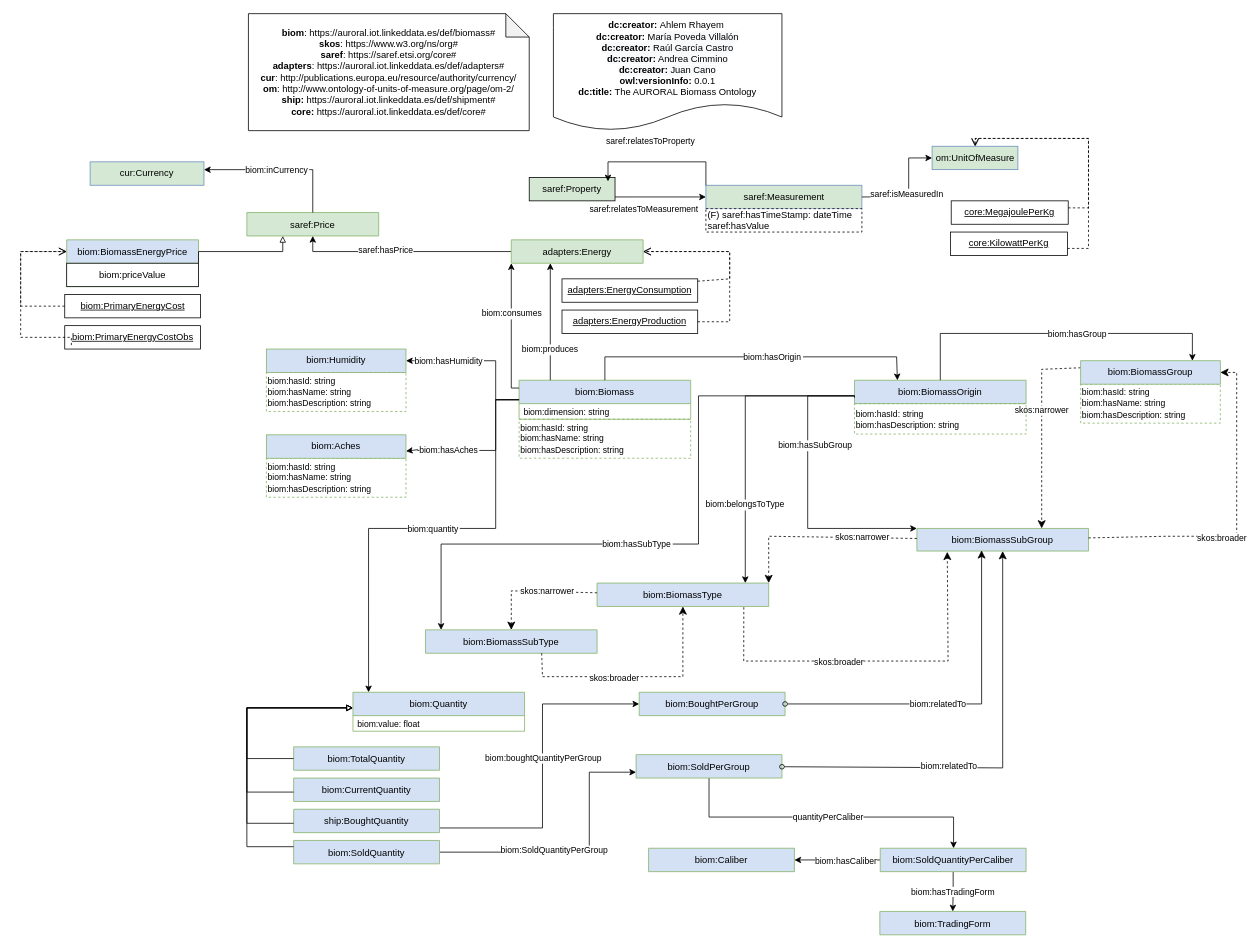
The draw.io diagram Diagrams/general.drawio in oeg-upm/auroral-biomass-ontology, before the edit. Source tidied: cells renumbered, new cells numbered last; positions are measured from the earlier drawing's top-left corner, leaving out a move shared by most shapes. Both pictures are drawn from the tidied source at 78%, with x=0, y=0 at pixel (20, 13).
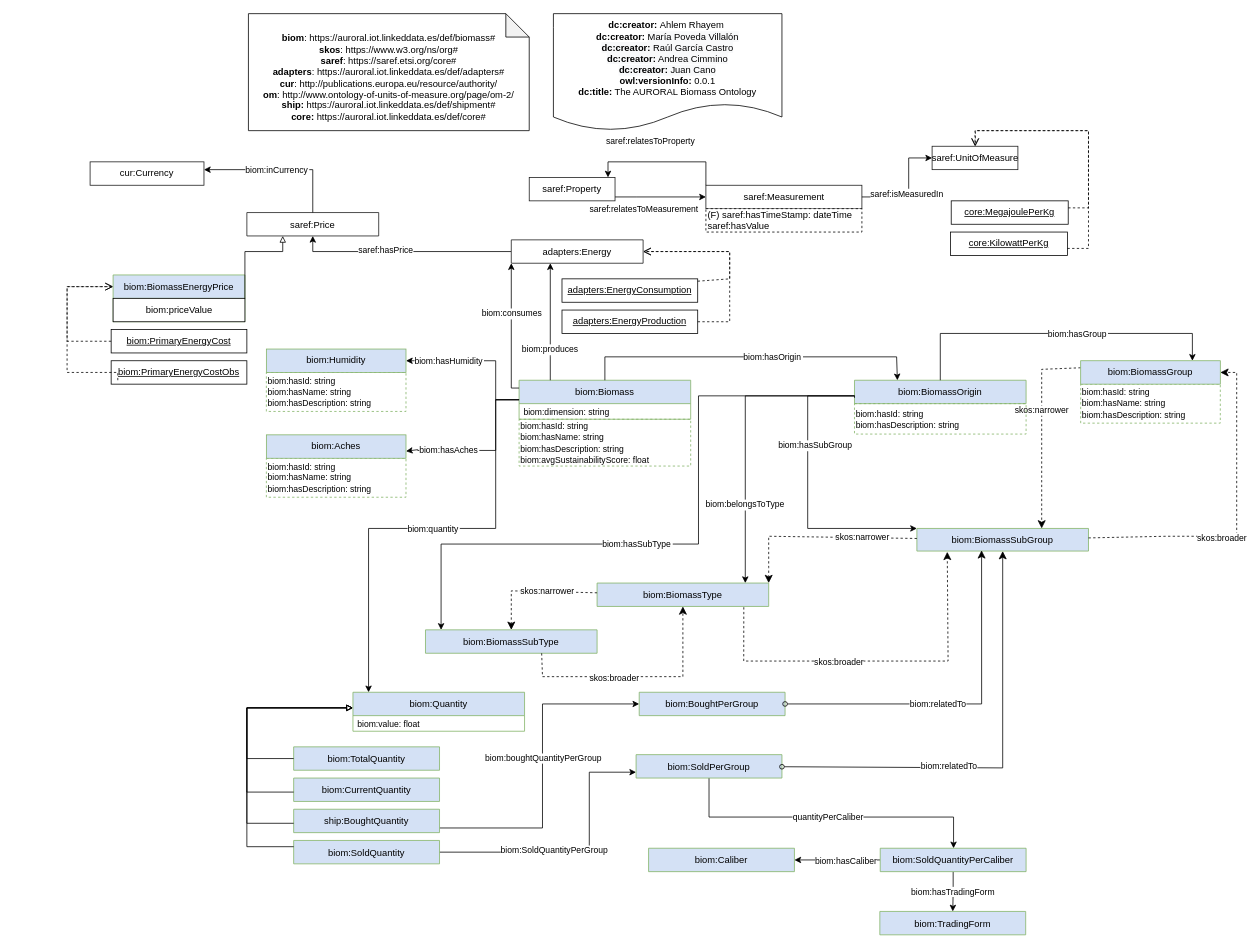
The same page after the edit.

Unchanged cells that the change refers to:
```xml
<mxCell id="44" value="&lt;u&gt;core:MegajoulePerKg&lt;/u&gt;" style="rounded=0;whiteSpace=wrap;html=1;snapToPoint=1;points=[[0.1,0],[0.2,0],[0.3,0],[0.4,0],[0.5,0],[0.6,0],[0.7,0],[0.8,0],[0.9,0],[0,0.1],[0,0.3],[0,0.5],[0,0.7],[0,0.9],[0.1,1],[0.2,1],[0.3,1],[0.4,1],[0.5,1],[0.6,1],[0.7,1],[0.8,1],[0.9,1],[1,0.1],[1,0.3],[1,0.5],[1,0.7],[1,0.9]];" parent="1" vertex="1">
  <mxGeometry x="1193" y="240" width="150" height="30" as="geometry" />
</mxCell>
<mxCell id="45" value="&lt;u&gt;core:KilowattPerKg&lt;/u&gt;" style="rounded=0;whiteSpace=wrap;html=1;snapToPoint=1;points=[[0.1,0],[0.2,0],[0.3,0],[0.4,0],[0.5,0],[0.6,0],[0.7,0],[0.8,0],[0.9,0],[0,0.1],[0,0.3],[0,0.5],[0,0.7],[0,0.9],[0.1,1],[0.2,1],[0.3,1],[0.4,1],[0.5,1],[0.6,1],[0.7,1],[0.8,1],[0.9,1],[1,0.1],[1,0.3],[1,0.5],[1,0.7],[1,0.9]];" parent="1" vertex="1">
  <mxGeometry x="1192" y="280" width="150" height="30" as="geometry" />
</mxCell>
```

Change to the diagram source:
```diff
@@
-    <mxCell id="15" value="&lt;div&gt;&lt;b&gt;&lt;br&gt;&lt;/b&gt;&lt;/div&gt;&lt;div&gt;&lt;b&gt;biom&lt;/b&gt;: https://auroral.iot.linkeddata.es/def/biomass#&lt;br&gt;&lt;/div&gt;&lt;div&gt;&lt;b&gt;skos&lt;/b&gt;:&amp;nbsp;https://www.w3.org/ns/org#&lt;br&gt;&lt;/div&gt;&lt;div&gt;&lt;/div&gt;&lt;b&gt;saref&lt;/b&gt;: https://saref.etsi.org/core#&lt;br&gt;&lt;b&gt;adapters&lt;/b&gt;: https://auroral.iot.linkeddata.es/def/adapters#&lt;br&gt;&lt;b&gt;cur&lt;/b&gt;: http://publications.europa.eu/resource/authority/currency/&lt;br&gt;&lt;b&gt;om&lt;/b&gt;:&amp;nbsp;http://www.ontology-of-units-of-measure.org/page/om-2/&lt;br&gt;&lt;b&gt;ship:&lt;/b&gt; https://auroral.iot.linkeddata.es/def/shipment#&lt;br&gt;&lt;b&gt;core:&lt;/b&gt;&amp;nbsp;&lt;span&gt;https://auroral.iot.linkeddata.es/def/core#&lt;/span&gt;&lt;br&gt;&lt;br&gt;" style="shape=note;whiteSpace=wrap;html=1;backgroundOutline=1;darkOpacity=0.05;" parent="1" vertex="1">
+    <mxCell id="15" value="&lt;div&gt;&lt;b&gt;&lt;br&gt;&lt;/b&gt;&lt;/div&gt;&lt;div&gt;&lt;b&gt;biom&lt;/b&gt;: https://auroral.iot.linkeddata.es/def/biomass#&lt;br&gt;&lt;/div&gt;&lt;div&gt;&lt;b&gt;skos&lt;/b&gt;:&amp;nbsp;https://www.w3.org/ns/org#&lt;br&gt;&lt;/div&gt;&lt;div&gt;&lt;/div&gt;&lt;b&gt;saref&lt;/b&gt;: https://saref.etsi.org/core#&lt;br&gt;&lt;b&gt;adapters&lt;/b&gt;: https://auroral.iot.linkeddata.es/def/adapters#&lt;br&gt;&lt;b&gt;cur&lt;/b&gt;: http://publications.europa.eu/resource/authority/&lt;br&gt;&lt;b&gt;om&lt;/b&gt;:&amp;nbsp;http://www.ontology-of-units-of-measure.org/page/om-2/&lt;br&gt;&lt;b&gt;ship:&lt;/b&gt; https://auroral.iot.linkeddata.es/def/shipment#&lt;br&gt;&lt;b&gt;core:&lt;/b&gt;&amp;nbsp;&lt;span&gt;https://auroral.iot.linkeddata.es/def/core#&lt;/span&gt;&lt;br&gt;" style="shape=note;whiteSpace=wrap;html=1;backgroundOutline=1;darkOpacity=0.05;" parent="1" vertex="1">
       <mxGeometry x="292" width="360" height="150" as="geometry" />
     </mxCell>
-    <mxCell id="16" value="saref:Price" style="swimlane;fontStyle=0;horizontal=1;startSize=30;fillColor=#d5e8d4;strokeColor=#82b366;" parent="1" vertex="1">
+    <mxCell id="16" value="saref:Price" style="swimlane;fontStyle=0;horizontal=1;startSize=30;fillColor=#FFFFFF;strokeColor=#1A1A1A;" parent="1" vertex="1">
       <mxGeometry x="290" y="255" width="169" height="30" as="geometry" />
     </mxCell>
@@
-    <mxCell id="19" value="adapters:Energy" style="swimlane;fontStyle=0;horizontal=1;startSize=30;fillColor=#d5e8d4;strokeColor=#82b366;" parent="1" vertex="1">
+    <mxCell id="19" value="adapters:Energy" style="swimlane;fontStyle=0;horizontal=1;startSize=30;fillColor=#FFFFFF;strokeColor=#1A1A1A;" parent="1" vertex="1">
       <mxGeometry x="629" y="290" width="169" height="30" as="geometry" />
     </mxCell>
@@
     <mxCell id="25" value="&lt;u&gt;biom:PrimaryEnergyCost&lt;/u&gt;" style="rounded=0;whiteSpace=wrap;html=1;snapToPoint=1;points=[[0.1,0],[0.2,0],[0.3,0],[0.4,0],[0.5,0],[0.6,0],[0.7,0],[0.8,0],[0.9,0],[0,0.1],[0,0.3],[0,0.5],[0,0.7],[0,0.9],[0.1,1],[0.2,1],[0.3,1],[0.4,1],[0.5,1],[0.6,1],[0.7,1],[0.8,1],[0.9,1],[1,0.1],[1,0.3],[1,0.5],[1,0.7],[1,0.9]];strokeColor=#000000;" parent="1" vertex="1">
-      <mxGeometry x="56.5" y="360" width="174" height="30" as="geometry" />
+      <mxGeometry x="116" y="405" width="174" height="30" as="geometry" />
     </mxCell>
     <mxCell id="26" value="&lt;u&gt;biom:PrimaryEnergyCostObs&lt;/u&gt;" style="rounded=0;whiteSpace=wrap;html=1;snapToPoint=1;points=[[0.1,0],[0.2,0],[0.3,0],[0.4,0],[0.5,0],[0.6,0],[0.7,0],[0.8,0],[0.9,0],[0,0.1],[0,0.3],[0,0.5],[0,0.7],[0,0.9],[0.1,1],[0.2,1],[0.3,1],[0.4,1],[0.5,1],[0.6,1],[0.7,1],[0.8,1],[0.9,1],[1,0.1],[1,0.3],[1,0.5],[1,0.7],[1,0.9]];strokeColor=#000000;" parent="1" vertex="1">
-      <mxGeometry x="56.5" y="400" width="174" height="30" as="geometry" />
+      <mxGeometry x="116" y="445" width="174" height="30" as="geometry" />
     </mxCell>
     <mxCell id="27" value="biom:BiomassEnergyPrice" style="swimlane;fontStyle=0;horizontal=1;startSize=30;fillColor=#D4E1F5;strokeColor=#82b366;" parent="1" vertex="1">
-      <mxGeometry x="59" y="290" width="169" height="60" as="geometry" />
+      <mxGeometry x="118.5" y="335" width="169" height="60" as="geometry" />
     </mxCell>
@@
     <mxCell id="30" style="endArrow=open;html=1;fontColor=#000099;endFill=0;dashed=1;endSize=8;edgeStyle=orthogonalEdgeStyle;arcSize=0;exitX=0;exitY=0.5;exitDx=0;exitDy=0;" parent="1" edge="1" source="25" target="27">
       <mxGeometry relative="1" as="geometry">
         <Array as="points">
-          <mxPoint y="375" />
-          <mxPoint y="305" />
+          <mxPoint x="59.5" y="420" />
+          <mxPoint x="59.5" y="350" />
         </Array>
       </mxGeometry>
     </mxCell>
     <mxCell id="31" style="endArrow=open;html=1;fontColor=#000099;endFill=0;dashed=1;endSize=8;edgeStyle=orthogonalEdgeStyle;arcSize=0;exitX=0.049;exitY=0.833;exitDx=0;exitDy=0;exitPerimeter=0;" parent="1" edge="1" source="26" target="27">
       <mxGeometry relative="1" as="geometry">
         <Array as="points">
-          <mxPoint x="65" y="415" />
-          <mxPoint y="415" />
-          <mxPoint y="305" />
+          <mxPoint x="124.5" y="460" />
+          <mxPoint x="59.5" y="460" />
+          <mxPoint x="59.5" y="350" />
         </Array>
       </mxGeometry>
     </mxCell>
-    <mxCell id="32" value="saref:Measurement" style="rounded=0;whiteSpace=wrap;html=1;fillColor=#D5E8D4;strokeColor=#6c8ebf;" parent="1" vertex="1">
+    <mxCell id="32" value="saref:Measurement" style="rounded=0;whiteSpace=wrap;html=1;fillColor=#FFFFFF;strokeColor=#1A1A1A;" parent="1" vertex="1">
       <mxGeometry x="878.5" y="220" width="200" height="30" as="geometry" />
     </mxCell>
-    <mxCell id="33" value="om:UnitOfMeasure" style="rounded=0;whiteSpace=wrap;html=1;fillColor=#D5E8D4;strokeColor=#6c8ebf;" parent="1" vertex="1">
+    <mxCell id="33" value="saref:UnitOfMeasure" style="rounded=0;whiteSpace=wrap;html=1;fillColor=#FFFFFF;strokeColor=#1A1A1A;" parent="1" vertex="1">
       <mxGeometry x="1168.5" y="170" width="110" height="30" as="geometry" />
     </mxCell>
@@
-    <mxCell id="37" value="cur:Currency" style="rounded=0;whiteSpace=wrap;html=1;fillColor=#D5E8D4;strokeColor=#6c8ebf;" parent="1" vertex="1">
+    <mxCell id="37" value="cur:Currency" style="rounded=0;whiteSpace=wrap;html=1;fillColor=#FFFFFF;strokeColor=#1A1A1A;" parent="1" vertex="1">
       <mxGeometry x="89" y="190" width="146" height="30" as="geometry" />
     </mxCell>
@@
-    <mxCell id="42" value="saref:Property" style="rounded=0;whiteSpace=wrap;html=1;fillColor=#D5E8D4;strokeColor=#000000;" parent="1" vertex="1">
+    <mxCell id="42" value="saref:Property" style="rounded=0;whiteSpace=wrap;html=1;fillColor=#FFFFFF;strokeColor=#1A1A1A;" parent="1" vertex="1">
       <mxGeometry x="652" y="210" width="110" height="30" as="geometry" />
     </mxCell>
-    <mxCell id="43" style="edgeStyle=orthogonalEdgeStyle;rounded=0;jettySize=auto;html=1;startArrow=none;exitX=0;exitY=0;exitDx=0;exitDy=0;entryX=0.918;entryY=0.167;entryDx=0;entryDy=0;entryPerimeter=0;" parent="1" edge="1" source="32" target="42">
+    <mxCell id="43" style="edgeStyle=orthogonalEdgeStyle;rounded=0;jettySize=auto;html=1;startArrow=none;exitX=0;exitY=0;exitDx=0;exitDy=0;" parent="1" edge="1" source="32" target="42">
       <mxGeometry relative="1" as="geometry">
         <Array as="points">
           <mxPoint x="879" y="190" />
           <mxPoint x="753" y="190" />
         </Array>
       </mxGeometry>
     </mxCell>
@@
     <mxCell id="46" style="endArrow=open;html=1;fontColor=#000099;endFill=0;dashed=1;endSize=8;edgeStyle=orthogonalEdgeStyle;arcSize=0;exitX=1;exitY=0.3;exitDx=0;exitDy=0;entryX=0.5;entryY=0;entryDx=0;entryDy=0;" parent="1" edge="1" source="44" target="33">
       <mxGeometry relative="1" as="geometry">
         <Array as="points">
           <mxPoint x="1369" y="249" />
-          <mxPoint x="1369" y="160" />
-          <mxPoint x="1224" y="160" />
+          <mxPoint x="1369" y="150" />
+          <mxPoint x="1224" y="150" />
         </Array>
       </mxGeometry>
     </mxCell>
     <mxCell id="47" style="endArrow=open;html=1;fontColor=#000099;endFill=0;dashed=1;endSize=8;edgeStyle=orthogonalEdgeStyle;arcSize=0;exitX=1;exitY=0.7;exitDx=0;exitDy=0;" parent="1" edge="1" source="45" target="33">
       <mxGeometry relative="1" as="geometry">
         <Array as="points">
           <mxPoint x="1369" y="301" />
-          <mxPoint x="1369" y="160" />
-          <mxPoint x="1224" y="160" />
+          <mxPoint x="1369" y="150" />
+          <mxPoint x="1224" y="150" />
         </Array>
       </mxGeometry>
     </mxCell>
@@
-    <mxCell id="84" value="&lt;font style=&quot;font-size: 11px&quot;&gt;biom:hasId: string&lt;br&gt;biom:hasName: string&lt;br&gt;biom:hasDescription: string&lt;/font&gt;" style="rounded=0;whiteSpace=wrap;html=1;dashed=1;strokeColor=#82B366;fillColor=none;align=left;" parent="1" vertex="1">
-      <mxGeometry x="639" y="520" width="220" height="50" as="geometry" />
+    <mxCell id="84" value="&lt;font style=&quot;font-size: 11px&quot;&gt;biom:hasId: string&lt;br&gt;biom:hasName: string&lt;br&gt;biom:hasDescription: string&lt;br&gt;biom:avgSustainabilityScore: float&lt;br&gt;&lt;/font&gt;" style="rounded=0;whiteSpace=wrap;html=1;dashed=1;strokeColor=#82B366;fillColor=none;align=left;" parent="1" vertex="1">
+      <mxGeometry x="639" y="520" width="220" height="60" as="geometry" />
     </mxCell>
```
